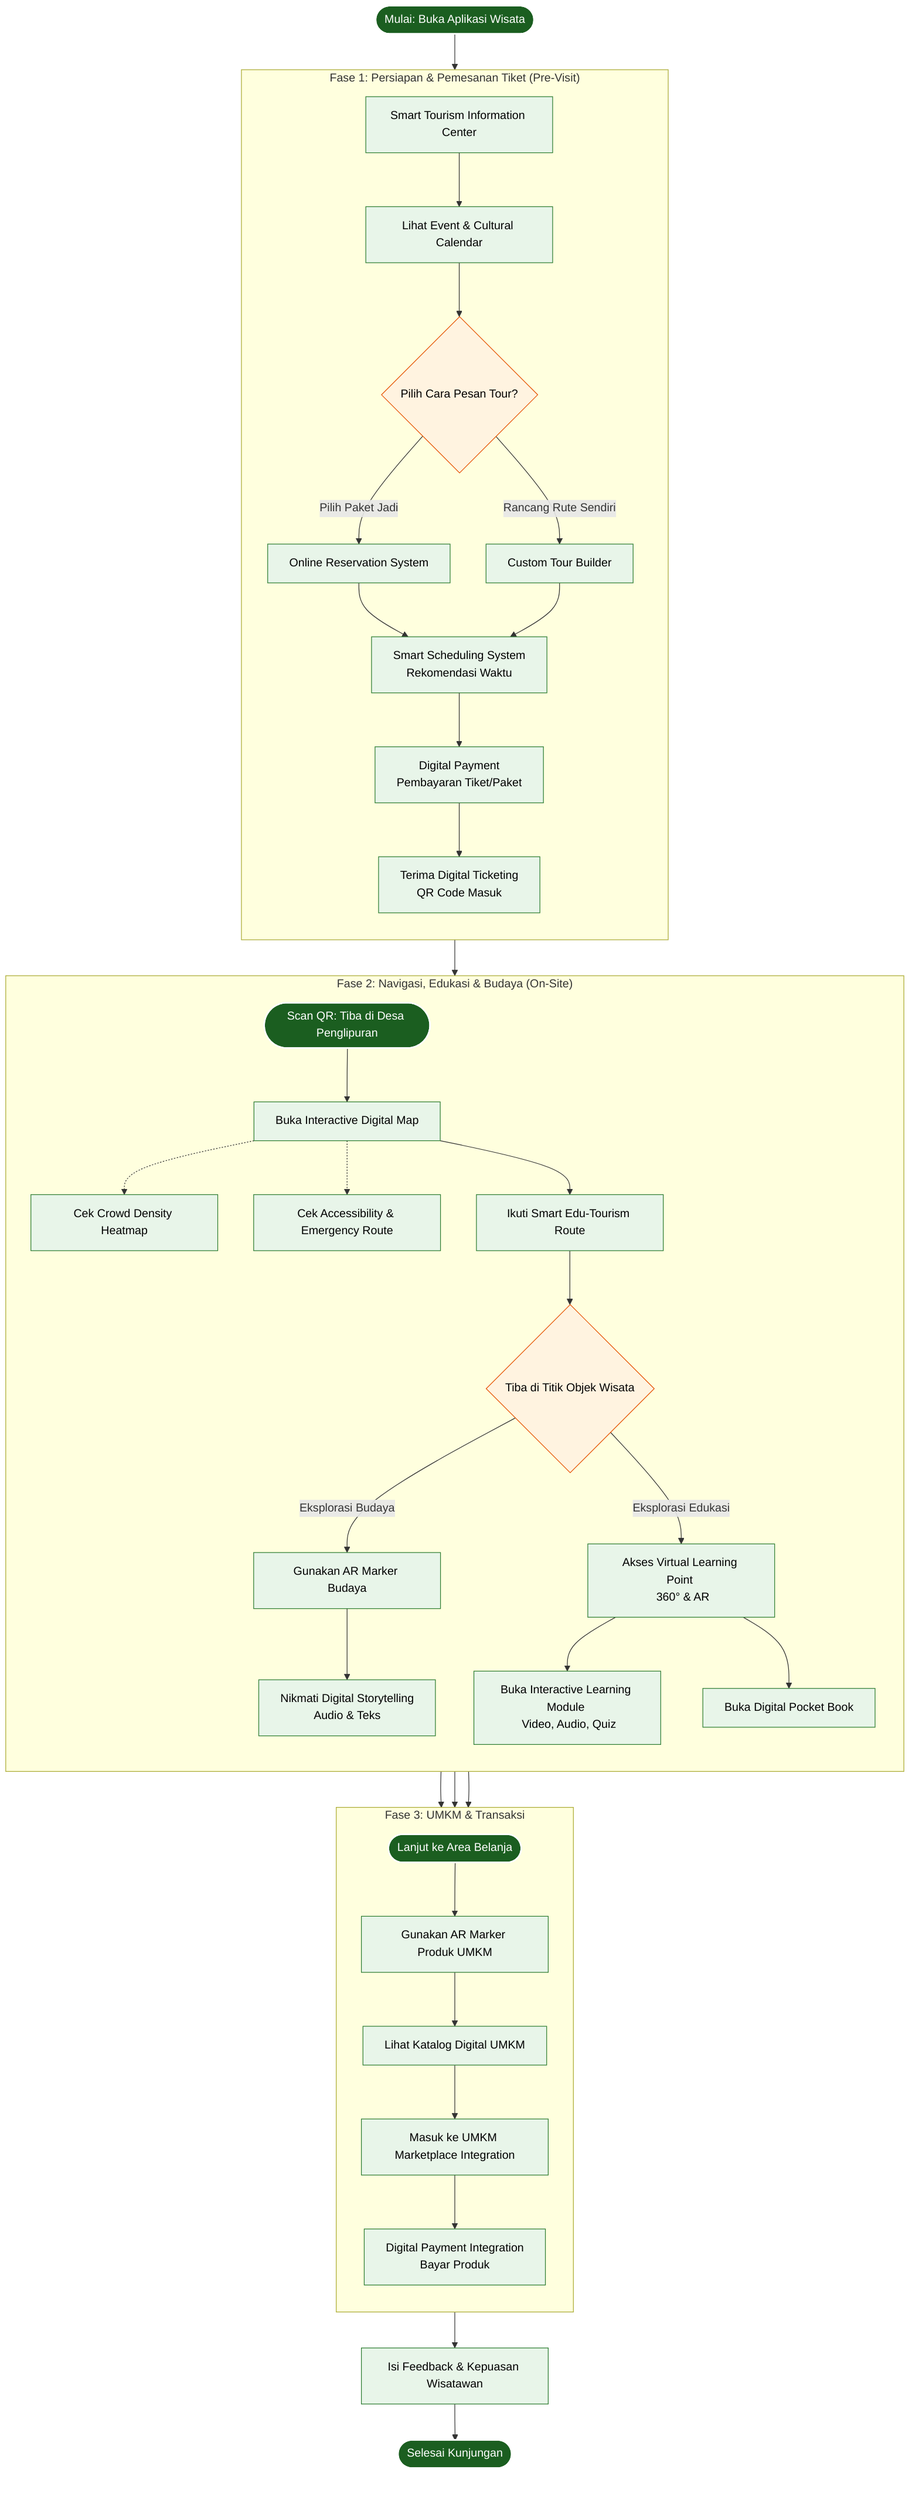
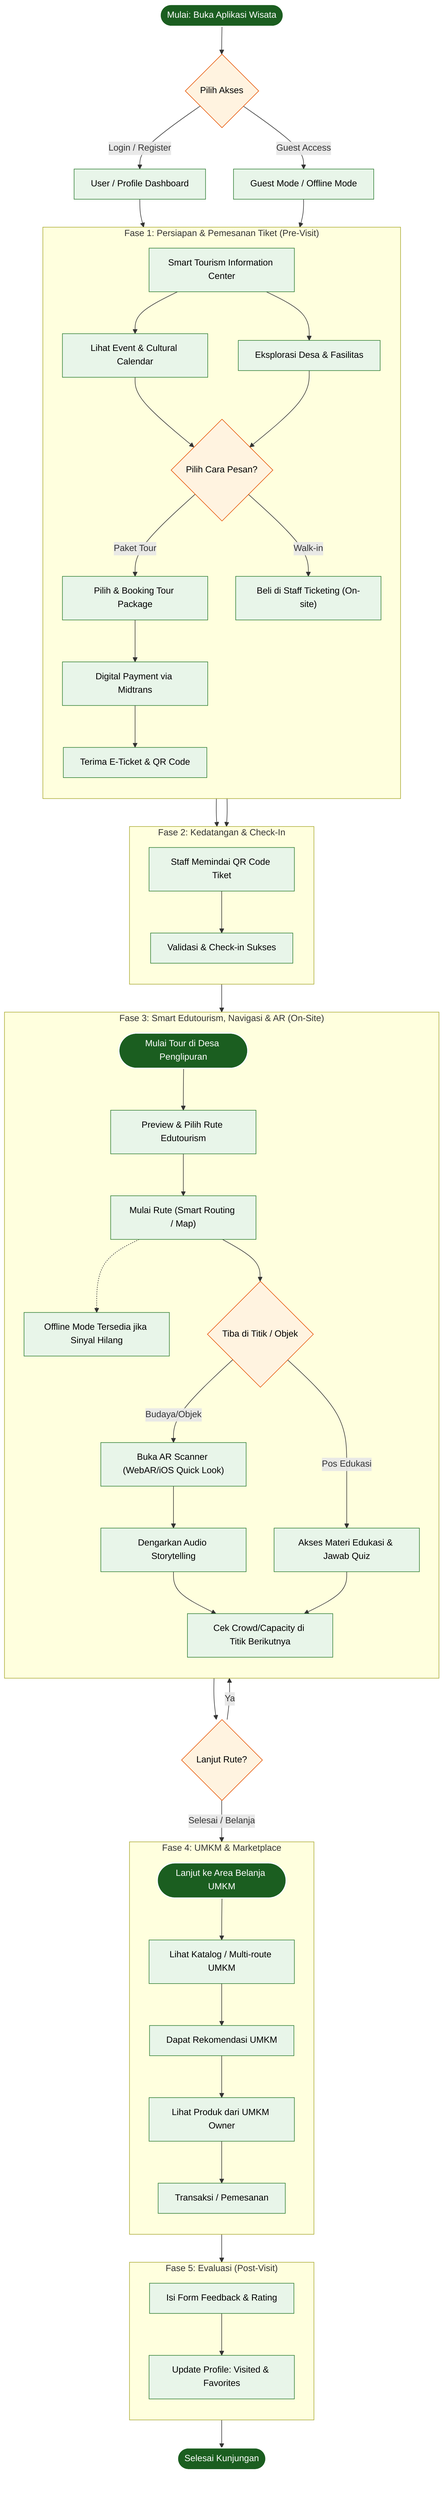
flowchart TD
    %% Styling Colors
    classDef startEnd fill:#1b5e20,stroke:#fff,stroke-width:2px,color:#fff;
    classDef process fill:#e8f5e9,stroke:#2e7d32,stroke-width:1px,color:#000;
    classDef decision fill:#fff3e0,stroke:#e65100,stroke-width:1px,color:#000;
+     classDef actor fill:#e3f2fd,stroke:#1565c0,stroke-width:2px,color:#000;

-     Start([Mulai: Buka Aplikasi Wisata]):::startEnd --> PusatInfo[Smart Tourism Information Center]:::process
+     Start([Mulai: Buka Aplikasi Wisata]):::startEnd --> Auth{Pilih Akses}:::decision
+     Auth -->|Login / Register| UserDashboard[User / Profile Dashboard]:::process
+     Auth -->|Guest Access| GuestPanel[Guest Mode / Offline Mode]:::process

-     %% ================= FASE 1 =================
+     UserDashboard --> PusatInfo[Smart Tourism Information Center]:::process
+     GuestPanel --> PusatInfo
+ 
+     %% ================= FASE 1: PRE-VISIT =================
    subgraph Fase1 ["Fase 1: Persiapan & Pemesanan Tiket (Pre-Visit)"]
        direction TB
        PusatInfo --> CekEvent[Lihat Event & Cultural Calendar]:::process
-         CekEvent --> PesanTiket{Pilih Cara Pesan Tour?}:::decision
+         PusatInfo --> Explore[Eksplorasi Desa & Fasilitas]:::process

-         PesanTiket -->|Pilih Paket Jadi| Reservasi[Online Reservation System]:::process
-         PesanTiket -->|Rancang Rute Sendiri| CustomTour[Custom Tour Builder]:::process
+         CekEvent --> PesanTiket{Pilih Cara Pesan?}:::decision
+         Explore --> PesanTiket

-         Reservasi --> Jadwal[Smart Scheduling System \n Rekomendasi Waktu]:::process
-         CustomTour --> Jadwal
+         PesanTiket -->|Paket Tour| Reservasi[Pilih & Booking Tour Package]:::process
+         PesanTiket -->|Walk-in| WalkIn["Beli di Staff Ticketing (On-site)"]:::process

-         Jadwal --> BayarTiket[Digital Payment \n Pembayaran Tiket/Paket]:::process
-         BayarTiket --> TiketDigital[Terima Digital Ticketing \n QR Code Masuk]:::process
+         Reservasi --> BayarTiket[Digital Payment via Midtrans]:::process
+         BayarTiket --> TiketDigital[Terima E-Ticket & QR Code]:::process
    end

-     TiketDigital --> TibaLokasi([Scan QR: Tiba di Desa Penglipuran]):::startEnd
- 
-     %% ================= FASE 2 =================
-     subgraph Fase2 ["Fase 2: Navigasi, Edukasi & Budaya (On-Site)"]
+     %% ================= FASE 2: ARRIVAL =================
+     subgraph Fase2 ["Fase 2: Kedatangan & Check-In"]
        direction TB
-         TibaLokasi --> BukaPeta[Buka Interactive Digital Map]:::process
- 
-         %% Peta Digital Sub-features
-         BukaPeta -.-> CekKepadatan[Cek Crowd Density Heatmap]:::process
-         BukaPeta -.-> CekAkses[Cek Accessibility & Emergency Route]:::process
- 
-         BukaPeta --> IkutiRute[Ikuti Smart Edu-Tourism Route]:::process
- 
-         IkutiRute --> TibaDiObjek{Tiba di Titik Objek Wisata}:::decision
- 
-         %% Percabangan Eksplorasi
-         TibaDiObjek -->|Eksplorasi Budaya| ScanBudaya[Gunakan AR Marker Budaya]:::process
-         ScanBudaya --> Storytelling[Nikmati Digital Storytelling \n Audio & Teks]:::process
- 
-         TibaDiObjek -->|Eksplorasi Edukasi| TitikBelajar[Akses Virtual Learning Point \n 360° & AR]:::process
-         TitikBelajar --> ModulBelajar[Buka Interactive Learning Module \n Video, Audio, Quiz]:::process
-         TitikBelajar --> BukuSaku[Buka Digital Pocket Book]:::process
+         TiketDigital --> StaffScan[Staff Memindai QR Code Tiket]:::process
+         WalkIn --> StaffScan
+         StaffScan --> Validasi[Validasi & Check-in Sukses]:::process
    end

-     Storytelling --> KeUMKM([Lanjut ke Area Belanja]):::startEnd
-     ModulBelajar --> KeUMKM
-     BukuSaku --> KeUMKM
+     Validasi --> MulaiTour([Mulai Tour di Desa Penglipuran]):::startEnd

-     %% ================= FASE 3 =================
-     subgraph Fase3 ["Fase 3: UMKM & Transaksi"]
+     %% ================= FASE 3: ON-SITE & EDUTOURISM =================
+     subgraph Fase3 ["Fase 3: Smart Edutourism, Navigasi & AR (On-Site)"]
        direction TB
-         KeUMKM --> ScanUMKM[Gunakan AR Marker Produk UMKM]:::process
-         ScanUMKM --> KatalogUMKM[Lihat Katalog Digital UMKM]:::process
-         KatalogUMKM --> Marketplace[Masuk ke UMKM Marketplace Integration]:::process
-         Marketplace --> BayarUMKM[Digital Payment Integration \n Bayar Produk]:::process
+         MulaiTour --> PilihRute[Preview & Pilih Rute Edutourism]:::process
+         PilihRute --> MulaiNavigasi["Mulai Rute (Smart Routing / Map)"]:::process
+ 
+         MulaiNavigasi -.-> AksesOffline[Offline Mode Tersedia jika Sinyal Hilang]:::process
+ 
+         MulaiNavigasi --> TibaDiTitik{Tiba di Titik / Objek}:::decision
+ 
+         %% AR & Edukasi
+         TibaDiTitik -->|Budaya/Objek| BukaAR["Buka AR Scanner (WebAR/iOS Quick Look)"]:::process
+         BukaAR --> AudioStory[Dengarkan Audio Storytelling]:::process
+ 
+         TibaDiTitik -->|Pos Edukasi| EduQuiz[Akses Materi Edukasi & Jawab Quiz]:::process
+ 
+         AudioStory --> CekKapasitas[Cek Crowd/Capacity di Titik Berikutnya]:::process
+         EduQuiz --> CekKapasitas
    end

-     %% ================= FASE 4 =================
-     BayarUMKM --> BeriFeedback[Isi Feedback & Kepuasan Wisatawan]:::process
-     BeriFeedback --> Selesai([Selesai Kunjungan]):::startEnd
+     CekKapasitas --> LanjutTour{Lanjut Rute?}:::decision
+     LanjutTour -->|Ya| MulaiNavigasi
+     LanjutTour -->|Selesai / Belanja| KeUMKM([Lanjut ke Area Belanja UMKM]):::startEnd
+ 
+     %% ================= FASE 4: UMKM & TRANSAKSI =================
+     subgraph Fase4 ["Fase 4: UMKM & Marketplace"]
+         direction TB
+         KeUMKM --> ScanUMKM[Lihat Katalog / Multi-route UMKM]:::process
+         ScanUMKM --> Rekomendasi[Dapat Rekomendasi UMKM]:::process
+         Rekomendasi --> Marketplace[Lihat Produk dari UMKM Owner]:::process
+         Marketplace --> BeliProduk[Transaksi / Pemesanan]:::process
+     end
+ 
+     %% ================= FASE 5: POST-VISIT =================
+     subgraph Fase5 ["Fase 5: Evaluasi (Post-Visit)"]
+         direction TB
+         BeliProduk --> BeriFeedback[Isi Form Feedback & Rating]:::process
+         BeriFeedback --> ProfileUpdate[Update Profile: Visited & Favorites]:::process
+     end
+ 
+     ProfileUpdate --> Selesai([Selesai Kunjungan]):::startEnd